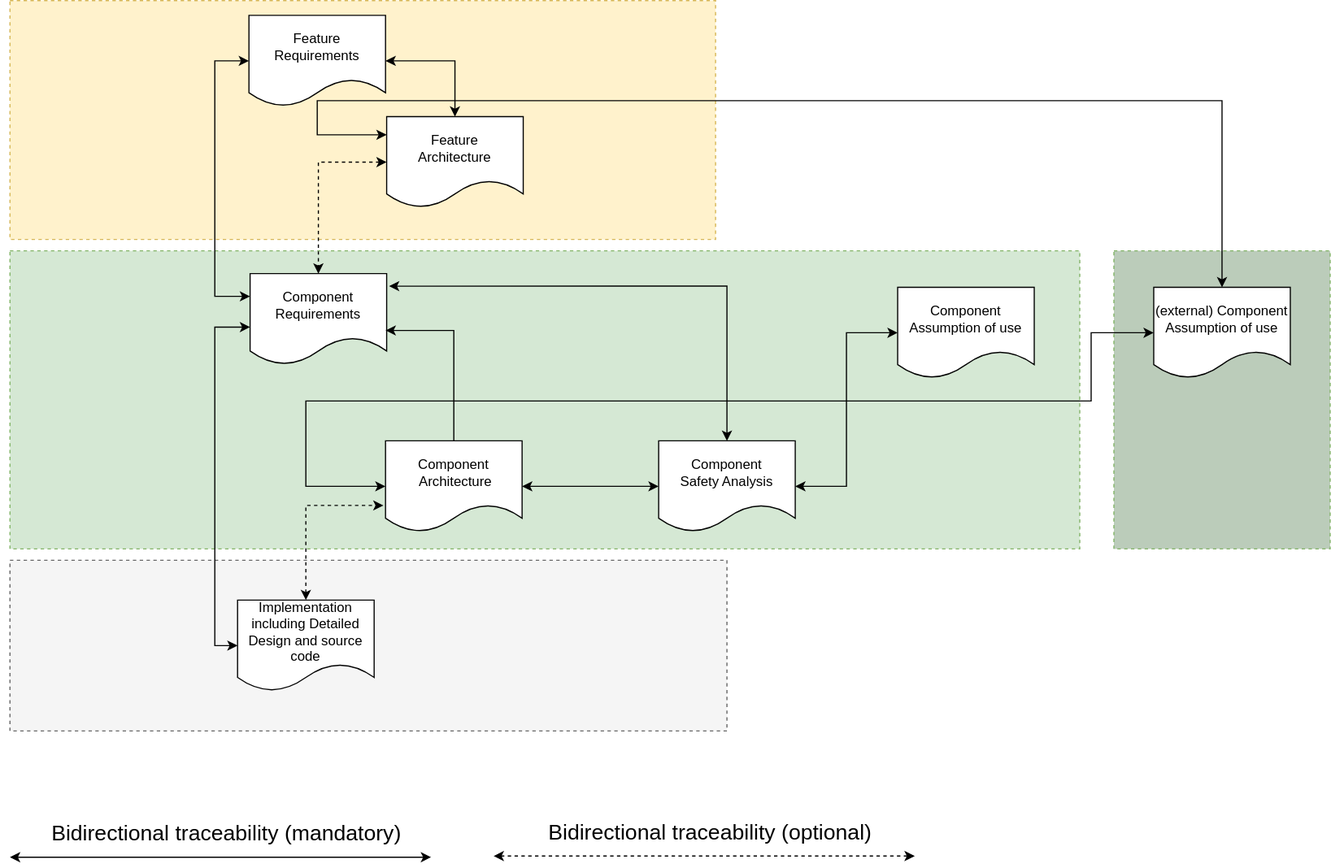
Earlier version of the draw.io export pr-343/_images/score_traceability_model_cmp_overview_1.svg (umaucher/score). Source tidied: cells renumbered, new cells last; positions are measured from the earlier drawing's top-left corner, leaving out a move shared by most shapes.
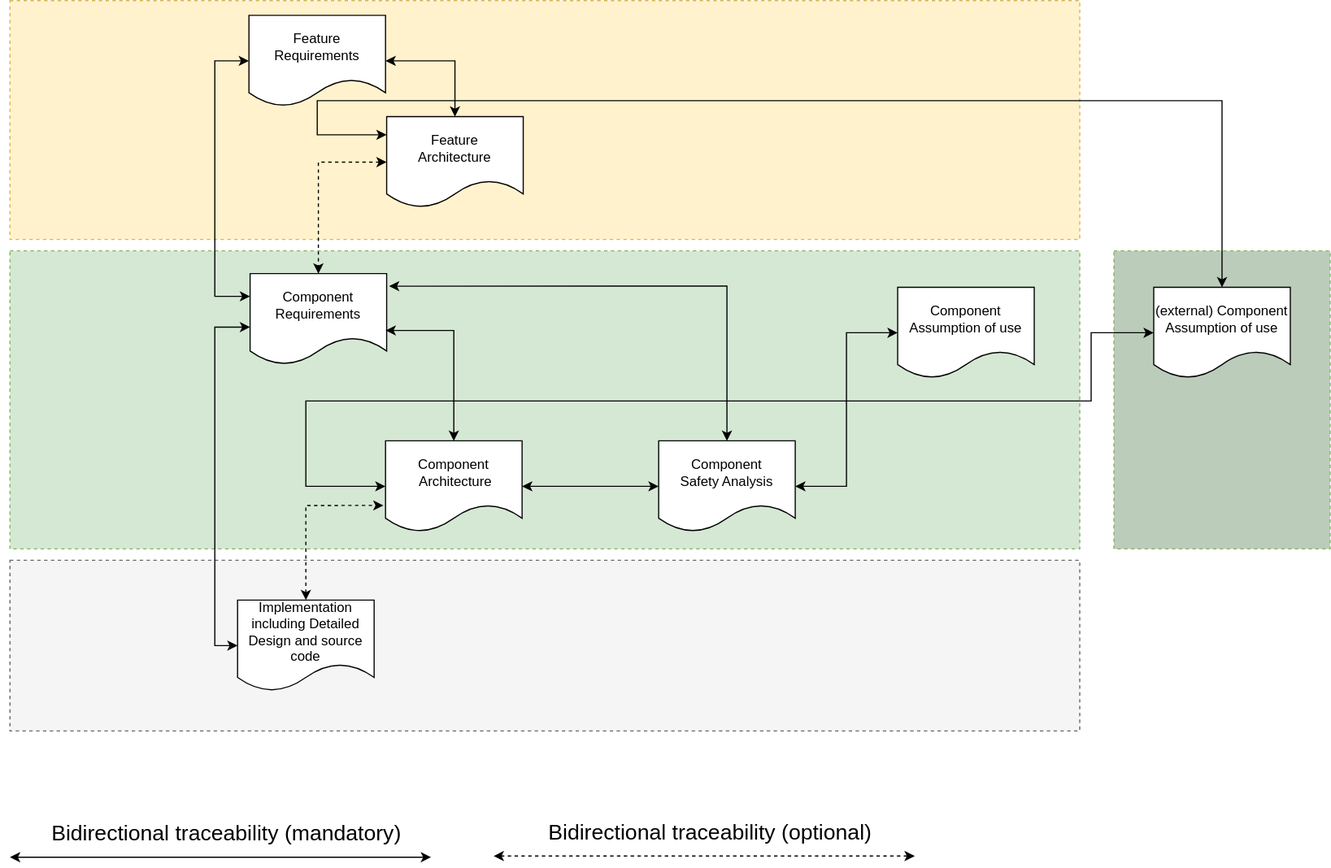
After the change.

Diff of the diagram source:
```diff
@@ -3,7 +3,7 @@
     <mxCell id="0" />
     <mxCell id="1" parent="0" />
     <mxCell id="2" style="rounded=0;whiteSpace=wrap;html=1;dashed=1;fillColor=#fff2cc;strokeColor=#d6b656;" parent="1" vertex="1">
-      <mxGeometry width="620" height="210" as="geometry" />
+      <mxGeometry width="940" height="210" as="geometry" />
     </mxCell>
     <mxCell id="3" style="rounded=0;whiteSpace=wrap;html=1;dashed=1;fillColor=#d5e8d4;strokeColor=#82b366;" parent="1" vertex="1">
       <mxGeometry y="220" width="940" height="262" as="geometry" />
@@ -86,7 +86,7 @@
       </mxGeometry>
     </mxCell>
     <mxCell id="21" style="rounded=0;whiteSpace=wrap;html=1;dashed=1;fillColor=#f5f5f5;fontColor=#333333;strokeColor=#666666;" parent="1" vertex="1">
-      <mxGeometry y="492" width="630" height="150" as="geometry" />
+      <mxGeometry y="492" width="940" height="150" as="geometry" />
     </mxCell>
     <mxCell id="22" style="edgeStyle=orthogonalEdgeStyle;rounded=0;jettySize=auto;html=1;startArrow=classic;startFill=1;exitX=0;exitY=0.5;exitDx=0;exitDy=0;entryX=0;entryY=0.588;entryDx=0;entryDy=0;entryPerimeter=0;" parent="1" edge="1" source="24" target="8">
       <mxGeometry relative="1" as="geometry" />
@@ -101,7 +101,7 @@
     <mxCell id="24" value="Implementation&lt;br&gt;including Detailed Design and source code" style="shape=document;whiteSpace=wrap;html=1;boundedLbl=1;" parent="1" vertex="1">
       <mxGeometry x="200" y="527" width="120" height="80" as="geometry" />
     </mxCell>
-    <mxCell id="25" style="edgeStyle=orthogonalEdgeStyle;rounded=0;jettySize=auto;html=1;entryX=0.992;entryY=0.625;entryDx=0;entryDy=0;entryPerimeter=0;exitX=0.5;exitY=0;exitDx=0;exitDy=0;" parent="1" edge="1" source="9" target="8">
+    <mxCell id="25" style="edgeStyle=orthogonalEdgeStyle;rounded=0;jettySize=auto;html=1;entryX=0.992;entryY=0.625;entryDx=0;entryDy=0;entryPerimeter=0;exitX=0.5;exitY=0;exitDx=0;exitDy=0;startArrow=classic;startFill=1;" parent="1" edge="1" source="9" target="8">
       <mxGeometry relative="1" as="geometry">
         <Array as="points">
           <mxPoint x="390" y="290" />
```
